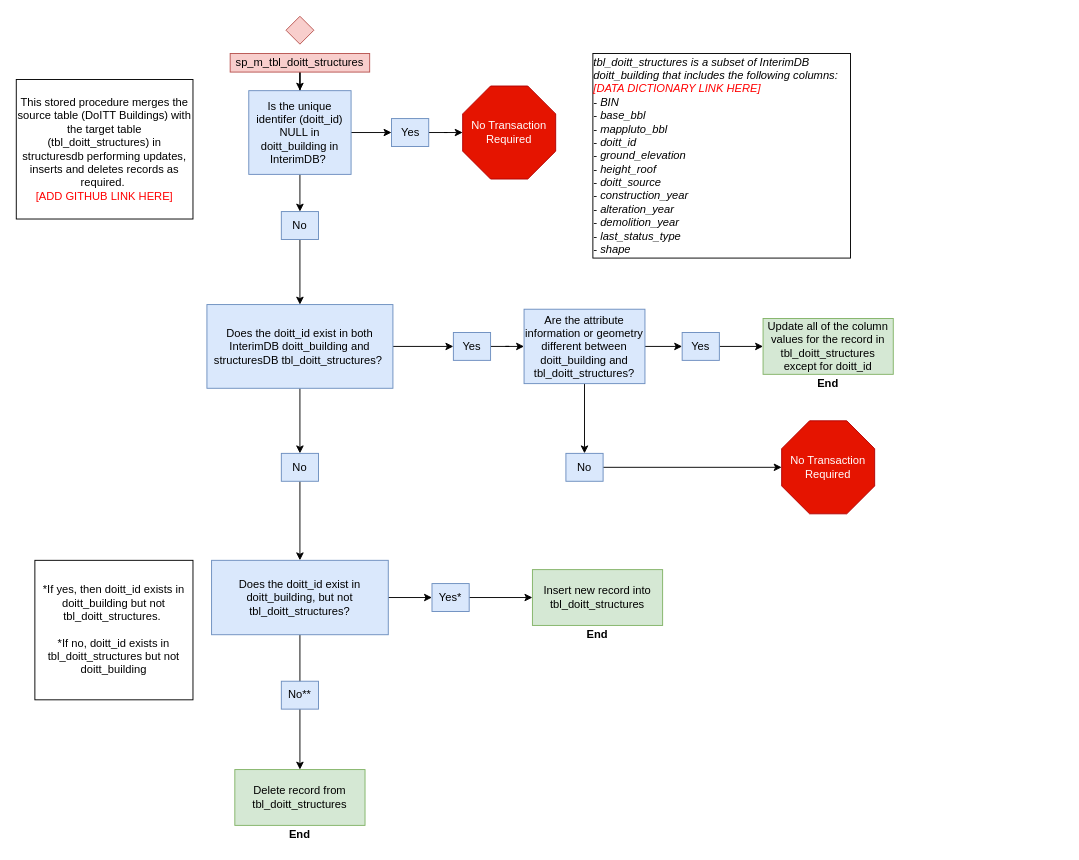
Earlier version of the draw.io diagram sp_m_tbl_doitt_structures.drawio (NYCParks-data/Structures). Source tidied: cells renumbered, new cells numbered last; positions are measured from the earlier drawing's top-left corner, leaving out a move shared by most shapes. Both pictures are drawn from the tidied source at 93%, with x=0, y=0 at pixel (16, 16).
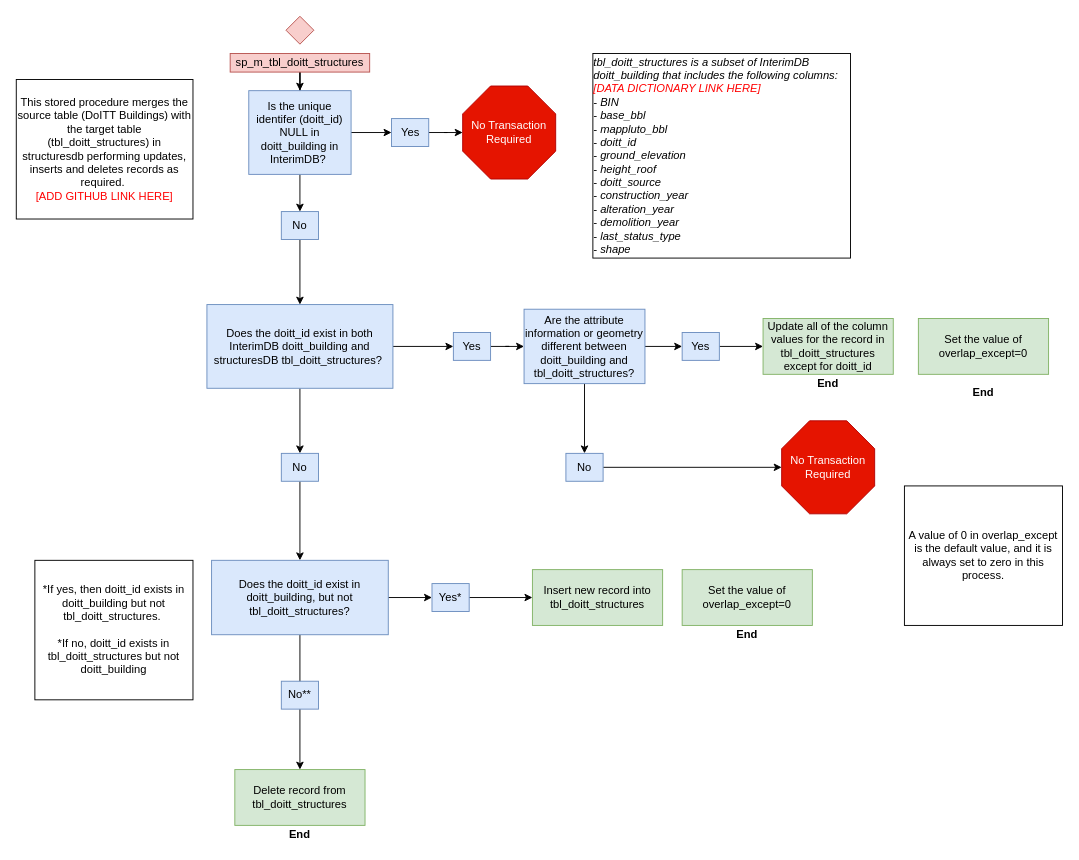
The same page after the edit.

Change to the diagram source:
```diff
@@
     <mxCell id="39" value="&lt;b&gt;End&lt;/b&gt;" style="text;html=1;strokeColor=none;fillColor=none;align=center;verticalAlign=middle;whiteSpace=wrap;rounded=0;" parent="1" vertex="1">
-      <mxGeometry x="605" y="655" width="40" height="20" as="geometry" />
+      <mxGeometry x="766" y="655" width="40" height="20" as="geometry" />
     </mxCell>
@@
+    <mxCell id="43" value="Set the value of overlap_except=0 " style="rounded=0;whiteSpace=wrap;html=1;fillColor=#d5e8d4;strokeColor=#82b366;" parent="1" vertex="1">
+      <mxGeometry x="716" y="595" width="140" height="60" as="geometry" />
+    </mxCell>
+    <mxCell id="44" value="A value of 0 in overlap_except is the default value, and it is always set to zero in this process." style="rounded=0;whiteSpace=wrap;html=1;" parent="1" vertex="1">
+      <mxGeometry x="955" y="505" width="170" height="150" as="geometry" />
+    </mxCell>
+    <mxCell id="45" value="Set the value of overlap_except=0 " style="rounded=0;whiteSpace=wrap;html=1;fillColor=#d5e8d4;strokeColor=#82b366;" parent="1" vertex="1">
+      <mxGeometry x="970" y="325" width="140" height="60" as="geometry" />
+    </mxCell>
+    <mxCell id="46" value="&lt;b&gt;End&lt;/b&gt;" style="text;html=1;strokeColor=none;fillColor=none;align=center;verticalAlign=middle;whiteSpace=wrap;rounded=0;" parent="1" vertex="1">
+      <mxGeometry x="1020" y="395" width="40" height="20" as="geometry" />
+    </mxCell>
```
